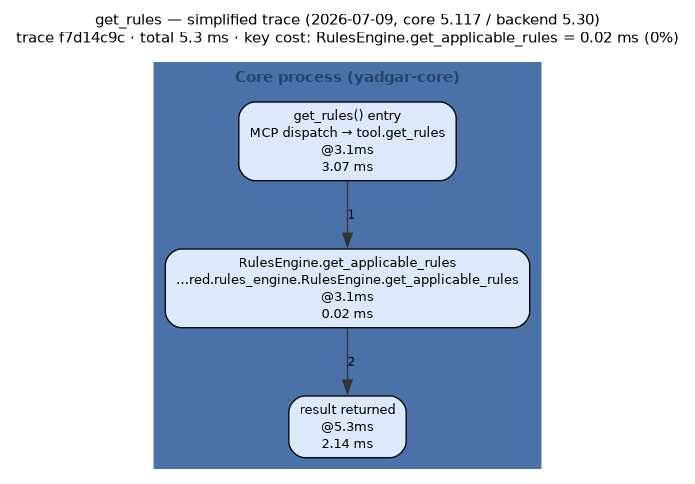
This is docs/diagrams/out/get_rules-trace-2026-07-09.png from m-agahi/yadgar, a Graphviz export, as it was before one commit. Its source is kept beside it as docs/diagrams/out/get_rules-trace-2026-07-09.dot.
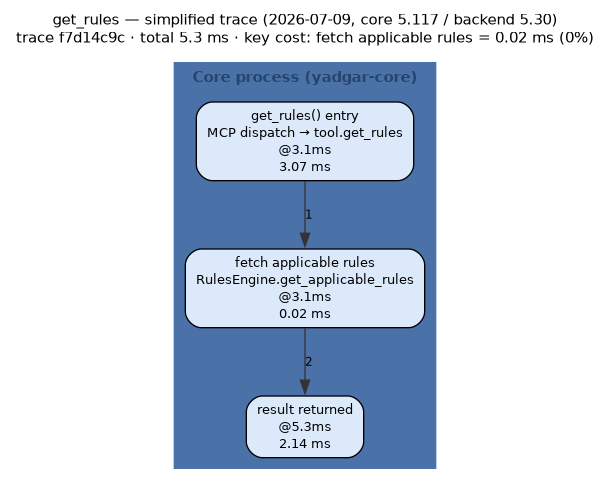
After the commit.

Diff of the diagram source:
```diff
@@ -8,7 +8,7 @@
   node  [fontname="Helvetica", fontsize=10];
   edge  [fontname="Helvetica", fontsize=9];
   label="get_rules — simplified trace (2026-07-09, core 5.117 / backend 5.30)
-trace f7d14c9c · total 5.3 ms · key cost: RulesEngine.get_applicable_rules = 0.02 ms (0%)";
+trace f7d14c9c · total 5.3 ms · key cost: fetch applicable rules = 0.02 ms (0%)";
   subgraph "cluster_core" {
     label="Core process (yadgar-core)";
     style=filled;
@@ -17,7 +17,7 @@
     fontcolor="#26456b";
     fontname="Helvetica-Bold";
     "entry" [shape="box", style="rounded,filled", fillcolor="#dbe9fb", label="get_rules() entry\nMCP dispatch → tool.get_rules\n@3.1ms\n3.07 ms"];
-    "s0" [shape="box", style="rounded,filled", fillcolor="#dbe9fb", label="RulesEngine.get_applicable_rules\n…red.rules_engine.RulesEngine.get_applicable_rules\n@3.1ms\n0.02 ms"];
+    "s0" [shape="box", style="rounded,filled", fillcolor="#dbe9fb", label="fetch applicable rules\nRulesEngine.get_applicable_rules\n@3.1ms\n0.02 ms"];
     "done" [shape="box", style="rounded,filled", fillcolor="#dbe9fb", label="result returned\n@5.3ms\n2.14 ms"];
   }
   "entry" -> "s0" [color="#333333", style="solid", label="1"];
```
